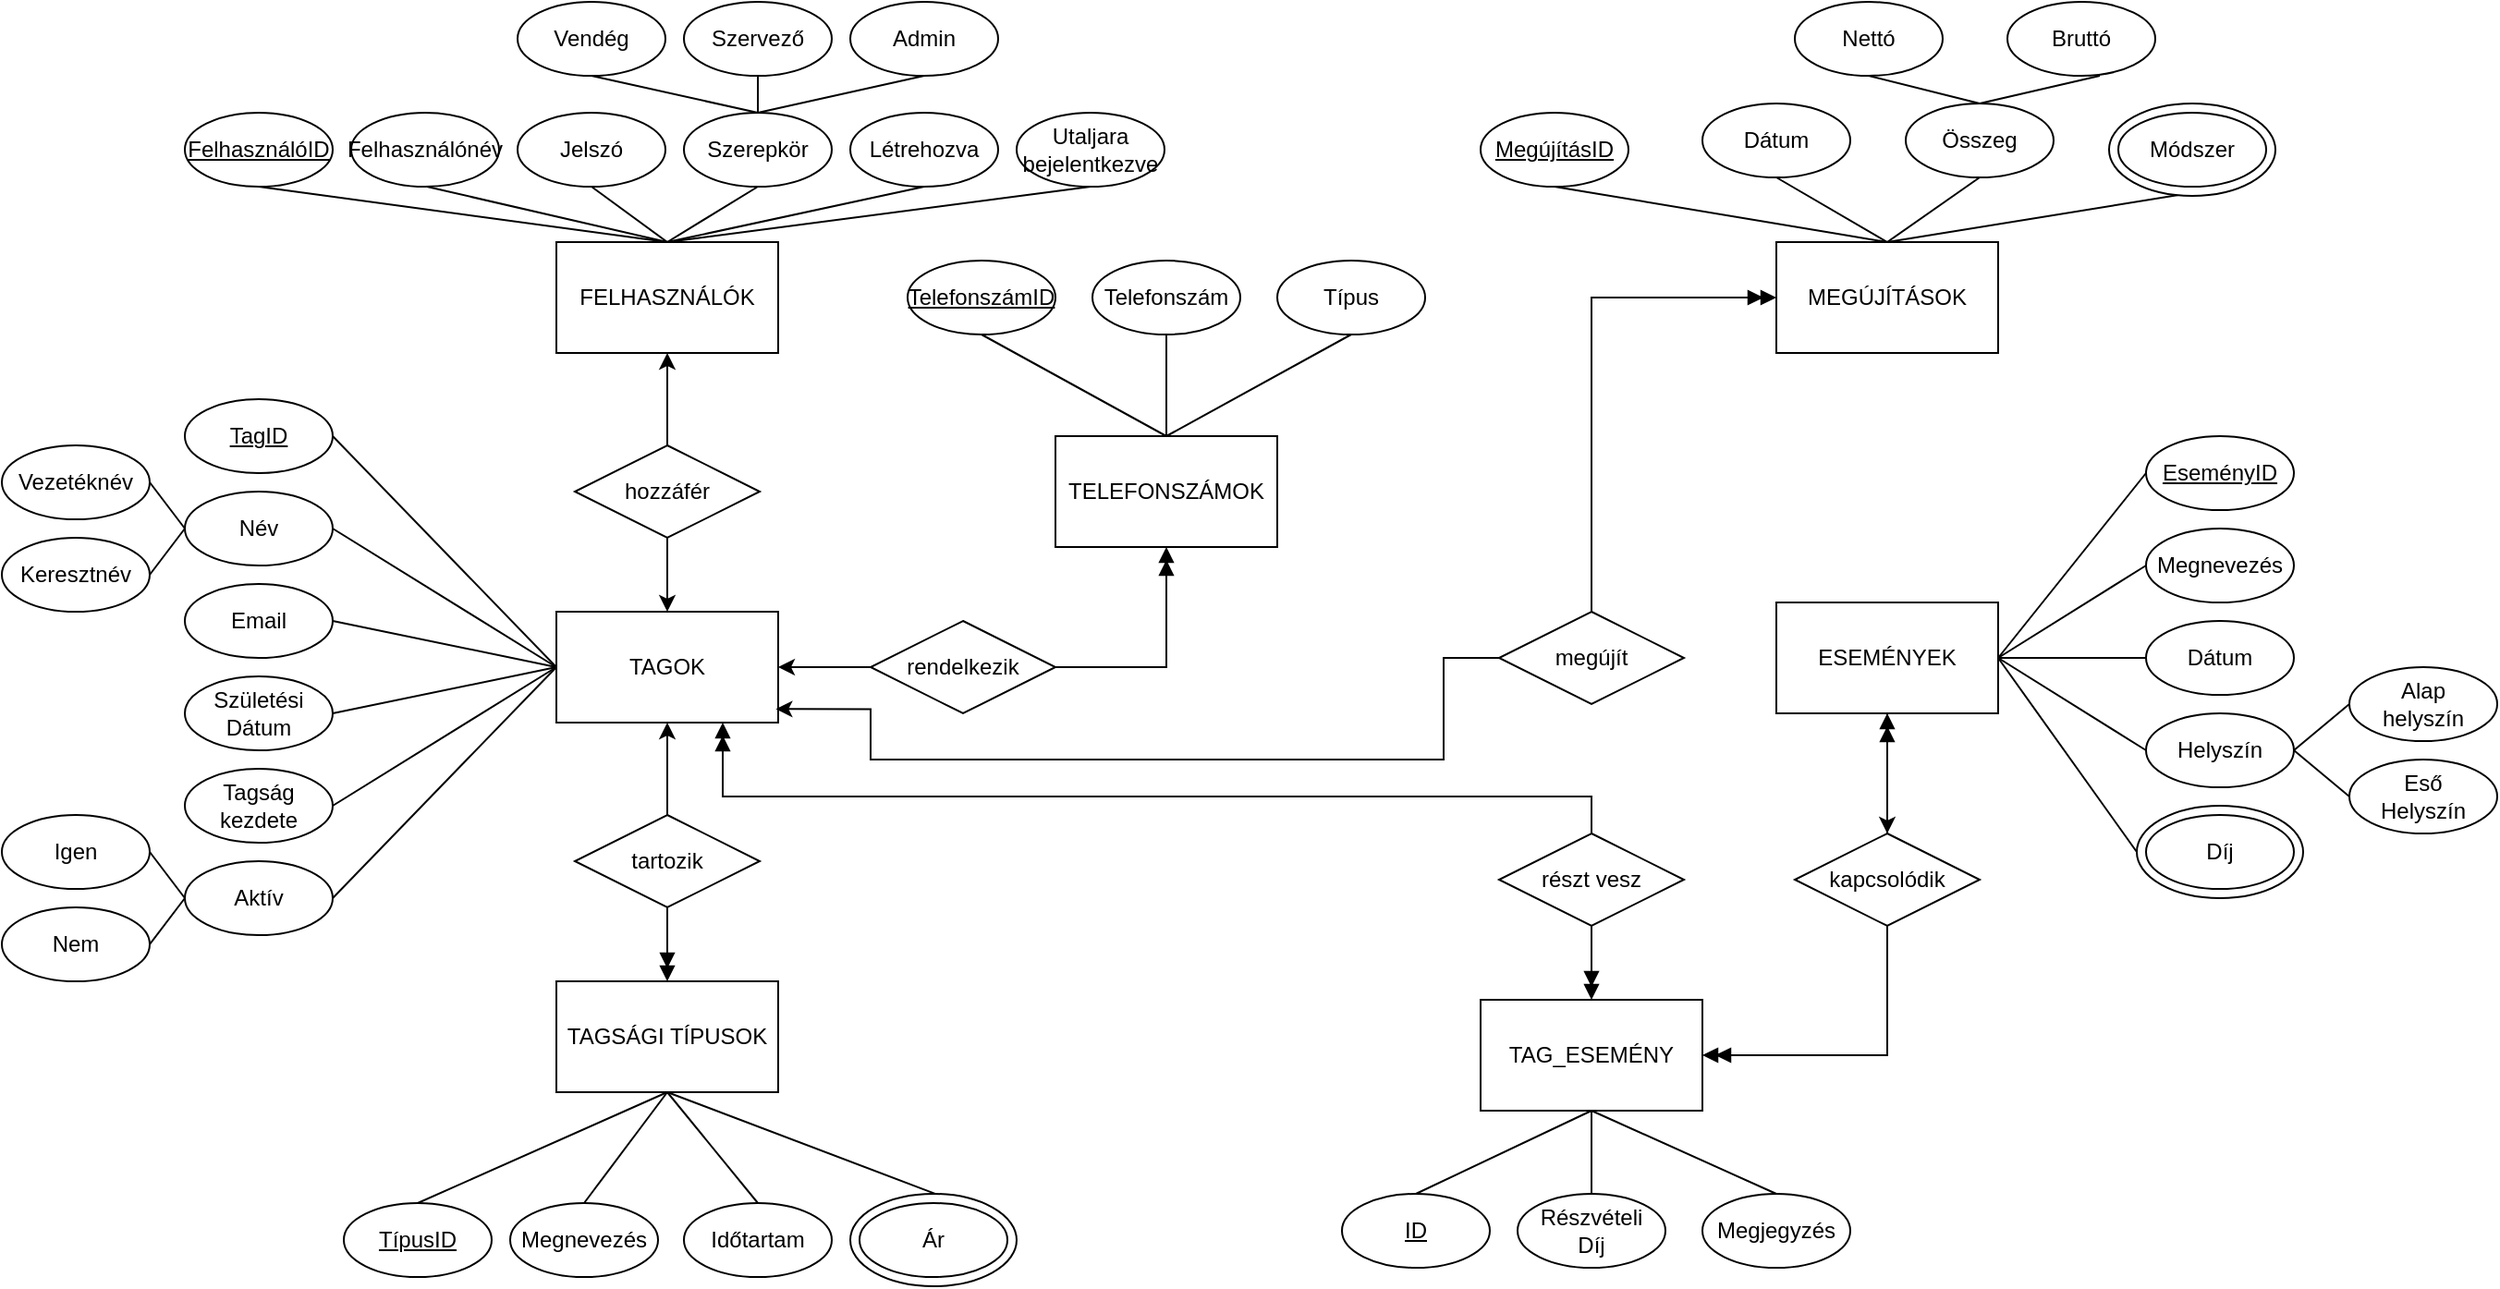
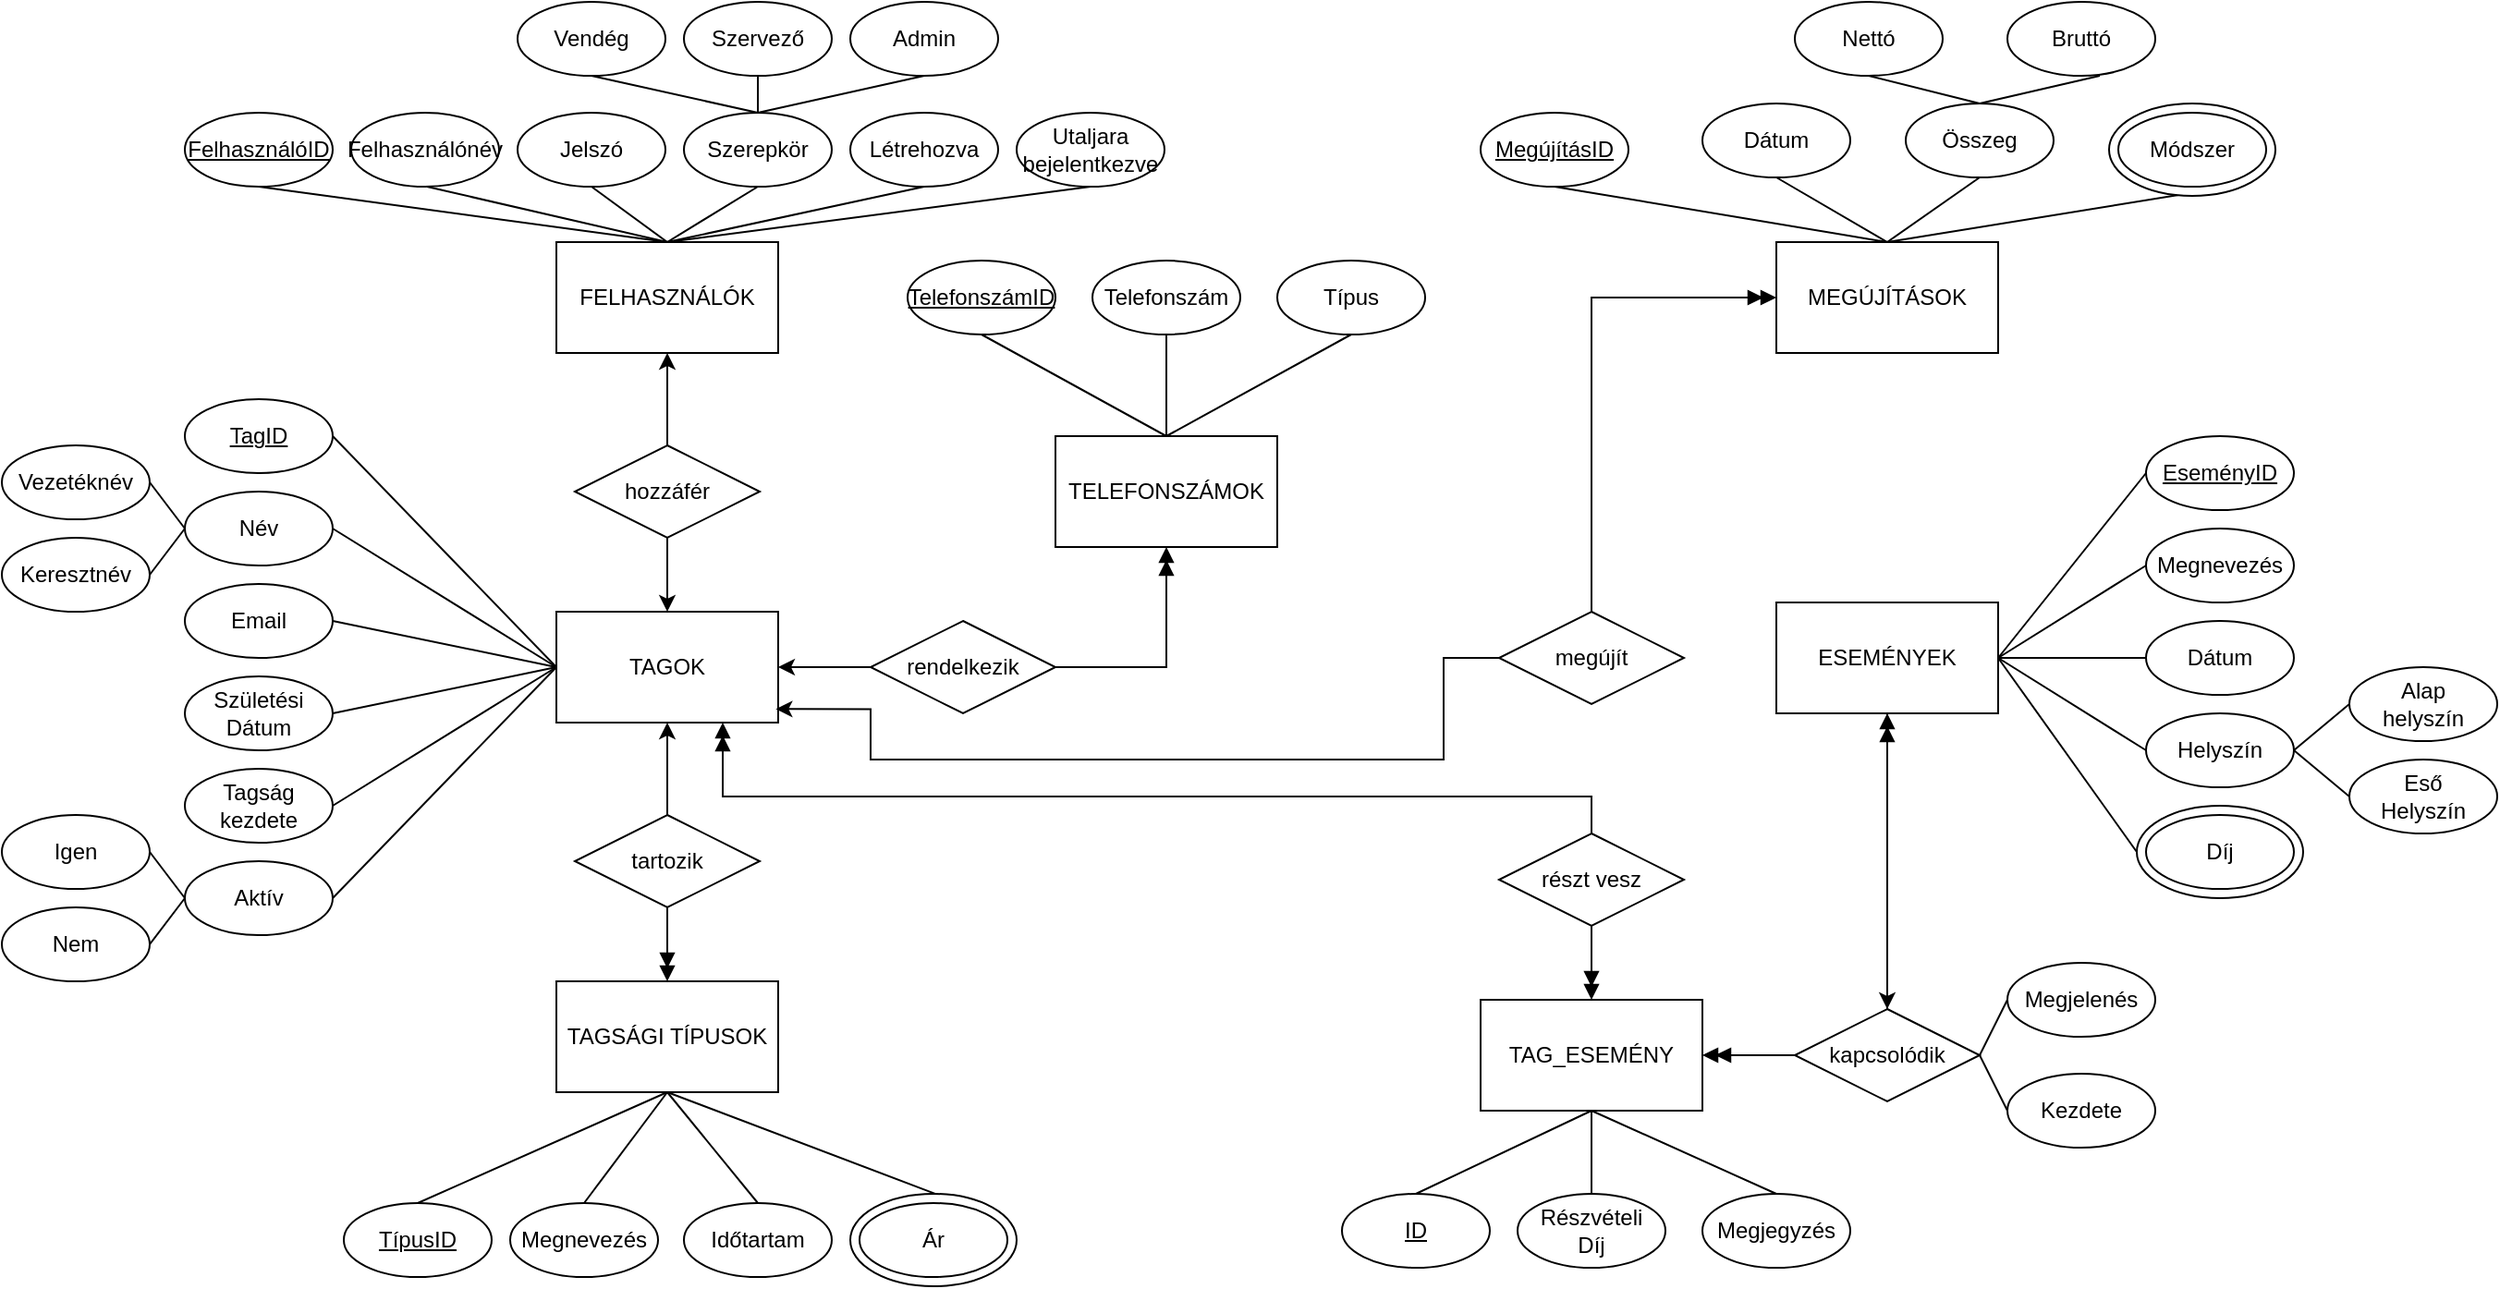
- <mxfile host="Electron">
+ <mxfile host="app.diagrams.net">
  <diagram name="Oldal-1" id="60hQNS1ykcrC9ja6B77l">
-     <mxGraphModel dx="2357" dy="2571" grid="1" gridSize="10" guides="1" tooltips="1" connect="1" arrows="1" fold="1" page="1" pageScale="1" pageWidth="827" pageHeight="1169" math="0" shadow="0">
+     <mxGraphModel dx="1407" dy="1953" grid="1" gridSize="10" guides="1" tooltips="1" connect="1" arrows="1" fold="1" page="1" pageScale="1" pageWidth="827" pageHeight="1169" math="0" shadow="0">
      <root>
        <mxCell id="0" />
        <mxCell id="1" parent="0" />
        <mxCell id="Dy8noWccMdwTiWNY27av-1" parent="1" style="rounded=0;whiteSpace=wrap;html=1;" value="TAGOK" vertex="1">
          <mxGeometry height="60" width="120" x="350" y="310" as="geometry" />
        </mxCell>
        <mxCell id="Dy8noWccMdwTiWNY27av-2" parent="1" style="rounded=0;whiteSpace=wrap;html=1;" value="FELHASZNÁLÓK" vertex="1">
          <mxGeometry height="60" width="120" x="350" y="110" as="geometry" />
        </mxCell>
        <mxCell id="Dy8noWccMdwTiWNY27av-3" parent="1" style="rounded=0;whiteSpace=wrap;html=1;" value="TAGSÁGI TÍPUSOK" vertex="1">
          <mxGeometry height="60" width="120" x="350" y="510" as="geometry" />
        </mxCell>
        <mxCell id="Dy8noWccMdwTiWNY27av-112" edge="1" parent="1" source="Dy8noWccMdwTiWNY27av-4" style="edgeStyle=orthogonalEdgeStyle;rounded=0;orthogonalLoop=1;jettySize=auto;html=1;exitX=0.5;exitY=1;exitDx=0;exitDy=0;entryX=0.5;entryY=0;entryDx=0;entryDy=0;" target="Dy8noWccMdwTiWNY27av-1">
          <mxGeometry relative="1" as="geometry" />
        </mxCell>
        <mxCell id="Dy8noWccMdwTiWNY27av-113" edge="1" parent="1" source="Dy8noWccMdwTiWNY27av-4" style="edgeStyle=orthogonalEdgeStyle;rounded=0;orthogonalLoop=1;jettySize=auto;html=1;exitX=0.5;exitY=0;exitDx=0;exitDy=0;entryX=0.5;entryY=1;entryDx=0;entryDy=0;" target="Dy8noWccMdwTiWNY27av-2">
          <mxGeometry relative="1" as="geometry" />
        </mxCell>
        <mxCell id="Dy8noWccMdwTiWNY27av-4" parent="1" style="rhombus;whiteSpace=wrap;html=1;" value="hozzáfér" vertex="1">
          <mxGeometry height="50" width="100" x="360" y="220" as="geometry" />
        </mxCell>
        <mxCell id="Dy8noWccMdwTiWNY27av-114" edge="1" parent="1" source="Dy8noWccMdwTiWNY27av-5" style="edgeStyle=orthogonalEdgeStyle;rounded=0;orthogonalLoop=1;jettySize=auto;html=1;exitX=0.5;exitY=0;exitDx=0;exitDy=0;entryX=0.5;entryY=1;entryDx=0;entryDy=0;" target="Dy8noWccMdwTiWNY27av-1">
          <mxGeometry relative="1" as="geometry" />
        </mxCell>
        <mxCell id="Dy8noWccMdwTiWNY27av-115" edge="1" parent="1" source="Dy8noWccMdwTiWNY27av-5" style="edgeStyle=orthogonalEdgeStyle;rounded=0;orthogonalLoop=1;jettySize=auto;html=1;exitX=0.5;exitY=1;exitDx=0;exitDy=0;entryX=0.5;entryY=0;entryDx=0;entryDy=0;endArrow=doubleBlock;endFill=1;" target="Dy8noWccMdwTiWNY27av-3">
          <mxGeometry relative="1" as="geometry" />
        </mxCell>
        <mxCell id="Dy8noWccMdwTiWNY27av-5" parent="1" style="rhombus;whiteSpace=wrap;html=1;" value="tartozik" vertex="1">
          <mxGeometry height="50" width="100" x="360" y="420" as="geometry" />
        </mxCell>
        <mxCell id="Dy8noWccMdwTiWNY27av-6" parent="1" style="rounded=0;whiteSpace=wrap;html=1;" value="TELEFONSZÁMOK" vertex="1">
          <mxGeometry height="60" width="120" x="620" y="215" as="geometry" />
        </mxCell>
        <mxCell id="Dy8noWccMdwTiWNY27av-109" edge="1" parent="1" source="Dy8noWccMdwTiWNY27av-7" style="edgeStyle=orthogonalEdgeStyle;rounded=0;orthogonalLoop=1;jettySize=auto;html=1;exitX=0;exitY=0.5;exitDx=0;exitDy=0;entryX=1;entryY=0.5;entryDx=0;entryDy=0;" target="Dy8noWccMdwTiWNY27av-1">
          <mxGeometry relative="1" as="geometry" />
        </mxCell>
        <mxCell id="Dy8noWccMdwTiWNY27av-110" edge="1" parent="1" source="Dy8noWccMdwTiWNY27av-7" style="edgeStyle=orthogonalEdgeStyle;rounded=0;orthogonalLoop=1;jettySize=auto;html=1;exitX=1;exitY=0.5;exitDx=0;exitDy=0;entryX=0.5;entryY=1;entryDx=0;entryDy=0;endArrow=doubleBlock;endFill=1;" target="Dy8noWccMdwTiWNY27av-6">
          <mxGeometry relative="1" as="geometry" />
        </mxCell>
        <mxCell id="Dy8noWccMdwTiWNY27av-7" parent="1" style="rhombus;whiteSpace=wrap;html=1;" value="rendelkezik" vertex="1">
          <mxGeometry height="50" width="100" x="520" y="315" as="geometry" />
        </mxCell>
        <mxCell id="Dy8noWccMdwTiWNY27av-9" parent="1" style="ellipse;whiteSpace=wrap;html=1;" value="&lt;u&gt;FelhasználóID&lt;/u&gt;" vertex="1">
          <mxGeometry height="40" width="80" x="149" y="40" as="geometry" />
        </mxCell>
        <mxCell id="Dy8noWccMdwTiWNY27av-10" parent="1" style="ellipse;whiteSpace=wrap;html=1;" value="Felhasználónév" vertex="1">
          <mxGeometry height="40" width="80" x="239" y="40" as="geometry" />
        </mxCell>
        <mxCell id="Dy8noWccMdwTiWNY27av-11" parent="1" style="ellipse;whiteSpace=wrap;html=1;" value="Jelszó" vertex="1">
          <mxGeometry height="40" width="80" x="329" y="40" as="geometry" />
        </mxCell>
        <mxCell id="Dy8noWccMdwTiWNY27av-12" parent="1" style="ellipse;whiteSpace=wrap;html=1;" value="Szerepkör" vertex="1">
          <mxGeometry height="40" width="80" x="419" y="40" as="geometry" />
        </mxCell>
        <mxCell id="Dy8noWccMdwTiWNY27av-13" parent="1" style="ellipse;whiteSpace=wrap;html=1;" value="Létrehozva" vertex="1">
          <mxGeometry height="40" width="80" x="509" y="40" as="geometry" />
        </mxCell>
        <mxCell id="Dy8noWccMdwTiWNY27av-14" parent="1" style="ellipse;whiteSpace=wrap;html=1;" value="Utaljara&lt;br&gt;bejelentkezve" vertex="1">
          <mxGeometry height="40" width="80" x="599" y="40" as="geometry" />
        </mxCell>
        <mxCell id="Dy8noWccMdwTiWNY27av-15" edge="1" parent="1" source="Dy8noWccMdwTiWNY27av-2" style="endArrow=none;html=1;rounded=0;entryX=0.5;entryY=1;entryDx=0;entryDy=0;exitX=0.5;exitY=0;exitDx=0;exitDy=0;" target="Dy8noWccMdwTiWNY27av-9" value="">
          <mxGeometry height="50" relative="1" width="50" as="geometry">
            <mxPoint x="290" y="170" as="sourcePoint" />
            <mxPoint x="340" y="120" as="targetPoint" />
          </mxGeometry>
        </mxCell>
        <mxCell id="Dy8noWccMdwTiWNY27av-16" edge="1" parent="1" source="Dy8noWccMdwTiWNY27av-2" style="endArrow=none;html=1;rounded=0;exitX=0.5;exitY=0;exitDx=0;exitDy=0;" value="">
          <mxGeometry height="50" relative="1" width="50" as="geometry">
            <mxPoint x="499" y="110" as="sourcePoint" />
            <mxPoint x="280" y="80" as="targetPoint" />
          </mxGeometry>
        </mxCell>
        <mxCell id="Dy8noWccMdwTiWNY27av-17" edge="1" parent="1" source="Dy8noWccMdwTiWNY27av-2" style="endArrow=none;html=1;rounded=0;entryX=0.5;entryY=1;entryDx=0;entryDy=0;exitX=0.5;exitY=0;exitDx=0;exitDy=0;" target="Dy8noWccMdwTiWNY27av-11" value="">
          <mxGeometry height="50" relative="1" width="50" as="geometry">
            <mxPoint x="240" y="230" as="sourcePoint" />
            <mxPoint x="290" y="180" as="targetPoint" />
          </mxGeometry>
        </mxCell>
        <mxCell id="Dy8noWccMdwTiWNY27av-18" edge="1" parent="1" source="Dy8noWccMdwTiWNY27av-2" style="endArrow=none;html=1;rounded=0;entryX=0.5;entryY=1;entryDx=0;entryDy=0;exitX=0.5;exitY=0;exitDx=0;exitDy=0;" target="Dy8noWccMdwTiWNY27av-12" value="">
          <mxGeometry height="50" relative="1" width="50" as="geometry">
            <mxPoint x="530" y="270" as="sourcePoint" />
            <mxPoint x="580" y="220" as="targetPoint" />
          </mxGeometry>
        </mxCell>
        <mxCell id="Dy8noWccMdwTiWNY27av-19" edge="1" parent="1" source="Dy8noWccMdwTiWNY27av-2" style="endArrow=none;html=1;rounded=0;entryX=0.5;entryY=1;entryDx=0;entryDy=0;exitX=0.5;exitY=0;exitDx=0;exitDy=0;" target="Dy8noWccMdwTiWNY27av-13" value="">
          <mxGeometry height="50" relative="1" width="50" as="geometry">
            <mxPoint x="450" y="150" as="sourcePoint" />
            <mxPoint x="499" y="120" as="targetPoint" />
          </mxGeometry>
        </mxCell>
        <mxCell id="Dy8noWccMdwTiWNY27av-20" edge="1" parent="1" source="Dy8noWccMdwTiWNY27av-2" style="endArrow=none;html=1;rounded=0;entryX=0.5;entryY=1;entryDx=0;entryDy=0;exitX=0.5;exitY=0;exitDx=0;exitDy=0;" target="Dy8noWccMdwTiWNY27av-14" value="">
          <mxGeometry height="50" relative="1" width="50" as="geometry">
            <mxPoint x="520" y="130" as="sourcePoint" />
            <mxPoint x="659" y="100" as="targetPoint" />
          </mxGeometry>
        </mxCell>
        <mxCell id="Dy8noWccMdwTiWNY27av-27" parent="1" style="ellipse;whiteSpace=wrap;html=1;" value="&lt;u&gt;TagID&lt;/u&gt;" vertex="1">
          <mxGeometry height="40" width="80" x="149" y="195" as="geometry" />
        </mxCell>
        <mxCell id="Dy8noWccMdwTiWNY27av-28" parent="1" style="ellipse;whiteSpace=wrap;html=1;" value="Név" vertex="1">
          <mxGeometry height="40" width="80" x="149" y="245" as="geometry" />
        </mxCell>
        <mxCell id="Dy8noWccMdwTiWNY27av-29" parent="1" style="ellipse;whiteSpace=wrap;html=1;" value="Email" vertex="1">
          <mxGeometry height="40" width="80" x="149" y="295" as="geometry" />
        </mxCell>
        <mxCell id="Dy8noWccMdwTiWNY27av-31" parent="1" style="ellipse;whiteSpace=wrap;html=1;" value="Születési&lt;br&gt;Dátum" vertex="1">
          <mxGeometry height="40" width="80" x="149" y="345" as="geometry" />
        </mxCell>
        <mxCell id="Dy8noWccMdwTiWNY27av-32" parent="1" style="ellipse;whiteSpace=wrap;html=1;" value="Tagság&lt;br&gt;kezdete" vertex="1">
          <mxGeometry height="40" width="80" x="149" y="395" as="geometry" />
        </mxCell>
        <mxCell id="Dy8noWccMdwTiWNY27av-33" parent="1" style="ellipse;whiteSpace=wrap;html=1;" value="Aktív" vertex="1">
          <mxGeometry height="40" width="80" x="149" y="445" as="geometry" />
        </mxCell>
        <mxCell id="Dy8noWccMdwTiWNY27av-34" edge="1" parent="1" source="Dy8noWccMdwTiWNY27av-27" style="endArrow=none;html=1;rounded=0;exitX=1;exitY=0.5;exitDx=0;exitDy=0;entryX=0;entryY=0.5;entryDx=0;entryDy=0;" target="Dy8noWccMdwTiWNY27av-1" value="">
          <mxGeometry height="50" relative="1" width="50" as="geometry">
            <mxPoint x="530" y="370" as="sourcePoint" />
            <mxPoint x="580" y="320" as="targetPoint" />
          </mxGeometry>
        </mxCell>
        <mxCell id="Dy8noWccMdwTiWNY27av-35" edge="1" parent="1" source="Dy8noWccMdwTiWNY27av-28" style="endArrow=none;html=1;rounded=0;exitX=1;exitY=0.5;exitDx=0;exitDy=0;entryX=0;entryY=0.5;entryDx=0;entryDy=0;" target="Dy8noWccMdwTiWNY27av-1" value="">
          <mxGeometry height="50" relative="1" width="50" as="geometry">
            <mxPoint x="530" y="370" as="sourcePoint" />
            <mxPoint x="580" y="320" as="targetPoint" />
          </mxGeometry>
        </mxCell>
        <mxCell id="Dy8noWccMdwTiWNY27av-36" edge="1" parent="1" source="Dy8noWccMdwTiWNY27av-29" style="endArrow=none;html=1;rounded=0;exitX=1;exitY=0.5;exitDx=0;exitDy=0;entryX=0;entryY=0.5;entryDx=0;entryDy=0;" target="Dy8noWccMdwTiWNY27av-1" value="">
          <mxGeometry height="50" relative="1" width="50" as="geometry">
            <mxPoint x="290" y="350" as="sourcePoint" />
            <mxPoint x="411" y="425" as="targetPoint" />
          </mxGeometry>
        </mxCell>
        <mxCell id="Dy8noWccMdwTiWNY27av-37" edge="1" parent="1" source="Dy8noWccMdwTiWNY27av-31" style="endArrow=none;html=1;rounded=0;exitX=1;exitY=0.5;exitDx=0;exitDy=0;entryX=0;entryY=0.5;entryDx=0;entryDy=0;" target="Dy8noWccMdwTiWNY27av-1" value="">
          <mxGeometry height="50" relative="1" width="50" as="geometry">
            <mxPoint x="280" y="410" as="sourcePoint" />
            <mxPoint x="401" y="435" as="targetPoint" />
          </mxGeometry>
        </mxCell>
        <mxCell id="Dy8noWccMdwTiWNY27av-38" edge="1" parent="1" source="Dy8noWccMdwTiWNY27av-32" style="endArrow=none;html=1;rounded=0;exitX=1;exitY=0.5;exitDx=0;exitDy=0;entryX=0;entryY=0.5;entryDx=0;entryDy=0;" target="Dy8noWccMdwTiWNY27av-1" value="">
          <mxGeometry height="50" relative="1" width="50" as="geometry">
            <mxPoint x="260" y="395" as="sourcePoint" />
            <mxPoint x="381" y="370" as="targetPoint" />
          </mxGeometry>
        </mxCell>
        <mxCell id="Dy8noWccMdwTiWNY27av-39" edge="1" parent="1" source="Dy8noWccMdwTiWNY27av-33" style="endArrow=none;html=1;rounded=0;exitX=1;exitY=0.5;exitDx=0;exitDy=0;entryX=0;entryY=0.5;entryDx=0;entryDy=0;" target="Dy8noWccMdwTiWNY27av-1" value="">
          <mxGeometry height="50" relative="1" width="50" as="geometry">
            <mxPoint x="260" y="455" as="sourcePoint" />
            <mxPoint x="381" y="430" as="targetPoint" />
          </mxGeometry>
        </mxCell>
        <mxCell id="Dy8noWccMdwTiWNY27av-40" parent="1" style="ellipse;whiteSpace=wrap;html=1;" value="&lt;u&gt;TípusID&lt;/u&gt;" vertex="1">
          <mxGeometry height="40" width="80" x="235" y="630" as="geometry" />
        </mxCell>
        <mxCell id="Dy8noWccMdwTiWNY27av-41" parent="1" style="ellipse;whiteSpace=wrap;html=1;" value="Megnevezés" vertex="1">
          <mxGeometry height="40" width="80" x="325" y="630" as="geometry" />
        </mxCell>
        <mxCell id="Dy8noWccMdwTiWNY27av-43" parent="1" style="ellipse;whiteSpace=wrap;html=1;" value="Időtartam" vertex="1">
          <mxGeometry height="40" width="80" x="419" y="630" as="geometry" />
        </mxCell>
        <mxCell id="Dy8noWccMdwTiWNY27av-44" edge="1" parent="1" source="Dy8noWccMdwTiWNY27av-40" style="endArrow=none;html=1;rounded=0;entryX=0.5;entryY=1;entryDx=0;entryDy=0;exitX=0.5;exitY=0;exitDx=0;exitDy=0;" target="Dy8noWccMdwTiWNY27av-3" value="">
          <mxGeometry height="50" relative="1" width="50" as="geometry">
            <mxPoint x="520" y="350" as="sourcePoint" />
            <mxPoint x="570" y="300" as="targetPoint" />
          </mxGeometry>
        </mxCell>
        <mxCell id="Dy8noWccMdwTiWNY27av-45" edge="1" parent="1" source="Dy8noWccMdwTiWNY27av-41" style="endArrow=none;html=1;rounded=0;entryX=0.5;entryY=1;entryDx=0;entryDy=0;exitX=0.5;exitY=0;exitDx=0;exitDy=0;" target="Dy8noWccMdwTiWNY27av-3" value="">
          <mxGeometry height="50" relative="1" width="50" as="geometry">
            <mxPoint x="410" y="650" as="sourcePoint" />
            <mxPoint x="545" y="610" as="targetPoint" />
          </mxGeometry>
        </mxCell>
        <mxCell id="Dy8noWccMdwTiWNY27av-46" edge="1" parent="1" source="Dy8noWccMdwTiWNY27av-140" style="endArrow=none;html=1;rounded=0;entryX=0.5;entryY=1;entryDx=0;entryDy=0;exitX=0.528;exitY=0.011;exitDx=0;exitDy=0;exitPerimeter=0;" target="Dy8noWccMdwTiWNY27av-3" value="">
          <mxGeometry height="50" relative="1" width="50" as="geometry">
            <mxPoint x="560" y="620" as="sourcePoint" />
            <mxPoint x="455" y="590" as="targetPoint" />
          </mxGeometry>
        </mxCell>
        <mxCell id="Dy8noWccMdwTiWNY27av-47" edge="1" parent="1" source="Dy8noWccMdwTiWNY27av-43" style="endArrow=none;html=1;rounded=0;entryX=0.5;entryY=1;entryDx=0;entryDy=0;exitX=0.5;exitY=0;exitDx=0;exitDy=0;" target="Dy8noWccMdwTiWNY27av-3" value="">
          <mxGeometry height="50" relative="1" width="50" as="geometry">
            <mxPoint x="535" y="630" as="sourcePoint" />
            <mxPoint x="490" y="590" as="targetPoint" />
          </mxGeometry>
        </mxCell>
        <mxCell id="Dy8noWccMdwTiWNY27av-48" parent="1" style="ellipse;whiteSpace=wrap;html=1;" value="&lt;u&gt;TelefonszámID&lt;/u&gt;" vertex="1">
          <mxGeometry height="40" width="80" x="540" y="120" as="geometry" />
        </mxCell>
        <mxCell id="Dy8noWccMdwTiWNY27av-50" parent="1" style="ellipse;whiteSpace=wrap;html=1;" value="Telefonszám" vertex="1">
          <mxGeometry height="40" width="80" x="640" y="120" as="geometry" />
        </mxCell>
        <mxCell id="Dy8noWccMdwTiWNY27av-51" parent="1" style="ellipse;whiteSpace=wrap;html=1;" value="Típus" vertex="1">
          <mxGeometry height="40" width="80" x="740" y="120" as="geometry" />
        </mxCell>
        <mxCell id="Dy8noWccMdwTiWNY27av-52" edge="1" parent="1" source="Dy8noWccMdwTiWNY27av-6" style="endArrow=none;html=1;rounded=0;entryX=0.5;entryY=1;entryDx=0;entryDy=0;exitX=0.5;exitY=0;exitDx=0;exitDy=0;" target="Dy8noWccMdwTiWNY27av-48" value="">
          <mxGeometry height="50" relative="1" width="50" as="geometry">
            <mxPoint x="520" y="350" as="sourcePoint" />
            <mxPoint x="570" y="300" as="targetPoint" />
          </mxGeometry>
        </mxCell>
        <mxCell id="Dy8noWccMdwTiWNY27av-59" edge="1" parent="1" source="Dy8noWccMdwTiWNY27av-6" style="endArrow=none;html=1;rounded=0;entryX=0.5;entryY=1;entryDx=0;entryDy=0;exitX=0.5;exitY=0;exitDx=0;exitDy=0;" target="Dy8noWccMdwTiWNY27av-50" value="">
          <mxGeometry height="50" relative="1" width="50" as="geometry">
            <mxPoint x="725" y="235" as="sourcePoint" />
            <mxPoint x="680" y="190" as="targetPoint" />
          </mxGeometry>
        </mxCell>
        <mxCell id="Dy8noWccMdwTiWNY27av-60" edge="1" parent="1" source="Dy8noWccMdwTiWNY27av-6" style="endArrow=none;html=1;rounded=0;entryX=0.5;entryY=1;entryDx=0;entryDy=0;exitX=0.5;exitY=0;exitDx=0;exitDy=0;" target="Dy8noWccMdwTiWNY27av-51" value="">
          <mxGeometry height="50" relative="1" width="50" as="geometry">
            <mxPoint x="730" y="265" as="sourcePoint" />
            <mxPoint x="775" y="220" as="targetPoint" />
          </mxGeometry>
        </mxCell>
        <mxCell id="Dy8noWccMdwTiWNY27av-127" edge="1" parent="1" source="Dy8noWccMdwTiWNY27av-63" style="edgeStyle=orthogonalEdgeStyle;rounded=0;orthogonalLoop=1;jettySize=auto;html=1;exitX=0;exitY=0.5;exitDx=0;exitDy=0;entryX=0.989;entryY=0.878;entryDx=0;entryDy=0;entryPerimeter=0;" target="Dy8noWccMdwTiWNY27av-1">
          <mxGeometry relative="1" as="geometry">
            <Array as="points">
              <mxPoint x="830" y="335" />
              <mxPoint x="830" y="390" />
              <mxPoint x="520" y="390" />
              <mxPoint x="520" y="363" />
            </Array>
          </mxGeometry>
        </mxCell>
        <mxCell id="Dy8noWccMdwTiWNY27av-128" edge="1" parent="1" source="Dy8noWccMdwTiWNY27av-63" style="edgeStyle=orthogonalEdgeStyle;rounded=0;orthogonalLoop=1;jettySize=auto;html=1;exitX=0.5;exitY=0;exitDx=0;exitDy=0;entryX=0;entryY=0.5;entryDx=0;entryDy=0;endArrow=doubleBlock;endFill=1;" target="Dy8noWccMdwTiWNY27av-64">
          <mxGeometry relative="1" as="geometry" />
        </mxCell>
        <mxCell id="Dy8noWccMdwTiWNY27av-63" parent="1" style="rhombus;whiteSpace=wrap;html=1;" value="megújít" vertex="1">
          <mxGeometry height="50" width="100" x="860" y="310" as="geometry" />
        </mxCell>
        <mxCell id="Dy8noWccMdwTiWNY27av-64" parent="1" style="rounded=0;whiteSpace=wrap;html=1;" value="MEGÚJÍTÁSOK" vertex="1">
          <mxGeometry height="60" width="120" x="1010" y="110" as="geometry" />
        </mxCell>
        <mxCell id="Dy8noWccMdwTiWNY27av-68" parent="1" style="ellipse;whiteSpace=wrap;html=1;" value="&lt;u&gt;MegújításID&lt;/u&gt;" vertex="1">
          <mxGeometry height="40" width="80" x="850" y="40" as="geometry" />
        </mxCell>
        <mxCell id="Dy8noWccMdwTiWNY27av-70" parent="1" style="ellipse;whiteSpace=wrap;html=1;" value="Dátum" vertex="1">
          <mxGeometry height="40" width="80" x="970" y="35" as="geometry" />
        </mxCell>
        <mxCell id="Dy8noWccMdwTiWNY27av-71" parent="1" style="ellipse;whiteSpace=wrap;html=1;" value="Összeg" vertex="1">
          <mxGeometry height="40" width="80" x="1080" y="35" as="geometry" />
        </mxCell>
        <mxCell id="Dy8noWccMdwTiWNY27av-73" edge="1" parent="1" source="Dy8noWccMdwTiWNY27av-64" style="endArrow=none;html=1;rounded=0;entryX=0.5;entryY=1;entryDx=0;entryDy=0;exitX=0.5;exitY=0;exitDx=0;exitDy=0;" target="Dy8noWccMdwTiWNY27av-68" value="">
          <mxGeometry height="50" relative="1" width="50" as="geometry">
            <mxPoint x="890" y="160" as="sourcePoint" />
            <mxPoint x="940" y="110" as="targetPoint" />
          </mxGeometry>
        </mxCell>
        <mxCell id="Dy8noWccMdwTiWNY27av-74" edge="1" parent="1" source="Dy8noWccMdwTiWNY27av-64" style="endArrow=none;html=1;rounded=0;exitX=0.5;exitY=0;exitDx=0;exitDy=0;entryX=0.538;entryY=0.955;entryDx=0;entryDy=0;entryPerimeter=0;" target="Dy8noWccMdwTiWNY27av-157" value="">
          <mxGeometry height="50" relative="1" width="50" as="geometry">
            <mxPoint x="1170" y="210" as="sourcePoint" />
            <mxPoint x="1260" y="90" as="targetPoint" />
          </mxGeometry>
        </mxCell>
        <mxCell id="Dy8noWccMdwTiWNY27av-76" edge="1" parent="1" source="Dy8noWccMdwTiWNY27av-64" style="endArrow=none;html=1;rounded=0;entryX=0.5;entryY=1;entryDx=0;entryDy=0;exitX=0.5;exitY=0;exitDx=0;exitDy=0;" target="Dy8noWccMdwTiWNY27av-71" value="">
          <mxGeometry height="50" relative="1" width="50" as="geometry">
            <mxPoint x="1170" y="180" as="sourcePoint" />
            <mxPoint x="1220" y="130" as="targetPoint" />
          </mxGeometry>
        </mxCell>
        <mxCell id="Dy8noWccMdwTiWNY27av-77" edge="1" parent="1" source="Dy8noWccMdwTiWNY27av-64" style="endArrow=none;html=1;rounded=0;entryX=0.5;entryY=1;entryDx=0;entryDy=0;exitX=0.5;exitY=0;exitDx=0;exitDy=0;" target="Dy8noWccMdwTiWNY27av-70" value="">
          <mxGeometry height="50" relative="1" width="50" as="geometry">
            <mxPoint x="1190" y="250" as="sourcePoint" />
            <mxPoint x="1240" y="200" as="targetPoint" />
          </mxGeometry>
        </mxCell>
        <mxCell id="Dy8noWccMdwTiWNY27av-78" parent="1" style="rhombus;whiteSpace=wrap;html=1;" value="részt vesz" vertex="1">
          <mxGeometry height="50" width="100" x="860" y="430" as="geometry" />
        </mxCell>
        <mxCell id="Y6WMDmT6Oo7TbRzhafoF-1" edge="1" parent="1" source="Dy8noWccMdwTiWNY27av-80" style="edgeStyle=orthogonalEdgeStyle;rounded=0;orthogonalLoop=1;jettySize=auto;html=1;" target="Dy8noWccMdwTiWNY27av-81" value="">
          <mxGeometry relative="1" as="geometry" />
        </mxCell>
        <mxCell id="Dy8noWccMdwTiWNY27av-80" parent="1" style="rounded=0;whiteSpace=wrap;html=1;" value="ESEMÉNYEK" vertex="1">
          <mxGeometry height="60" width="120" x="1010" y="305" as="geometry" />
        </mxCell>
        <mxCell id="Dy8noWccMdwTiWNY27av-81" parent="1" style="rhombus;whiteSpace=wrap;html=1;" value="kapcsolódik" vertex="1">
-           <mxGeometry height="50" width="100" x="1020" y="430" as="geometry" />
+           <mxGeometry height="50" width="100" x="1020" y="525" as="geometry" />
        </mxCell>
        <mxCell id="Dy8noWccMdwTiWNY27av-82" parent="1" style="rounded=0;whiteSpace=wrap;html=1;" value="TAG_ESEMÉNY" vertex="1">
          <mxGeometry height="60" width="120" x="850" y="520" as="geometry" />
        </mxCell>
        <mxCell id="Dy8noWccMdwTiWNY27av-86" parent="1" style="ellipse;whiteSpace=wrap;html=1;" value="&lt;u&gt;ID&lt;/u&gt;" vertex="1">
          <mxGeometry height="40" width="80" x="775" y="625" as="geometry" />
        </mxCell>
        <mxCell id="Dy8noWccMdwTiWNY27av-89" parent="1" style="ellipse;whiteSpace=wrap;html=1;" value="Részvételi&lt;br&gt;Díj" vertex="1">
          <mxGeometry height="40" width="80" x="870" y="625" as="geometry" />
        </mxCell>
        <mxCell id="Dy8noWccMdwTiWNY27av-90" parent="1" style="ellipse;whiteSpace=wrap;html=1;" value="Megjegyzés" vertex="1">
          <mxGeometry height="40" width="80" x="970" y="625" as="geometry" />
        </mxCell>
        <mxCell id="Dy8noWccMdwTiWNY27av-91" edge="1" parent="1" source="Dy8noWccMdwTiWNY27av-86" style="endArrow=none;html=1;rounded=0;exitX=0.5;exitY=0;exitDx=0;exitDy=0;entryX=0.5;entryY=1;entryDx=0;entryDy=0;" target="Dy8noWccMdwTiWNY27av-82" value="">
          <mxGeometry height="50" relative="1" width="50" as="geometry">
            <mxPoint x="840" y="620" as="sourcePoint" />
            <mxPoint x="890" y="570" as="targetPoint" />
          </mxGeometry>
        </mxCell>
        <mxCell id="Dy8noWccMdwTiWNY27av-92" edge="1" parent="1" source="Dy8noWccMdwTiWNY27av-82" style="endArrow=none;html=1;rounded=0;exitX=0.5;exitY=1;exitDx=0;exitDy=0;entryX=0.5;entryY=0;entryDx=0;entryDy=0;" target="Dy8noWccMdwTiWNY27av-90" value="">
          <mxGeometry height="50" relative="1" width="50" as="geometry">
            <mxPoint x="1280" y="590" as="sourcePoint" />
            <mxPoint x="1330" y="540" as="targetPoint" />
          </mxGeometry>
        </mxCell>
        <mxCell id="Dy8noWccMdwTiWNY27av-94" edge="1" parent="1" source="Dy8noWccMdwTiWNY27av-89" style="endArrow=none;html=1;rounded=0;entryX=0.5;entryY=1;entryDx=0;entryDy=0;exitX=0.5;exitY=0;exitDx=0;exitDy=0;" target="Dy8noWccMdwTiWNY27av-82" value="">
          <mxGeometry height="50" relative="1" width="50" as="geometry">
            <mxPoint x="1190" y="740" as="sourcePoint" />
            <mxPoint x="1240" y="690" as="targetPoint" />
          </mxGeometry>
        </mxCell>
        <mxCell id="Dy8noWccMdwTiWNY27av-96" parent="1" style="ellipse;whiteSpace=wrap;html=1;" value="&lt;u&gt;EseményID&lt;/u&gt;" vertex="1">
          <mxGeometry height="40" width="80" x="1210" y="215" as="geometry" />
        </mxCell>
        <mxCell id="Dy8noWccMdwTiWNY27av-97" parent="1" style="ellipse;whiteSpace=wrap;html=1;" value="Megnevezés" vertex="1">
          <mxGeometry height="40" width="80" x="1210" y="265" as="geometry" />
        </mxCell>
        <mxCell id="Dy8noWccMdwTiWNY27av-98" parent="1" style="ellipse;whiteSpace=wrap;html=1;" value="Dátum" vertex="1">
          <mxGeometry height="40" width="80" x="1210" y="315" as="geometry" />
        </mxCell>
        <mxCell id="Dy8noWccMdwTiWNY27av-99" parent="1" style="ellipse;whiteSpace=wrap;html=1;" value="Helyszín" vertex="1">
          <mxGeometry height="40" width="80" x="1210" y="365" as="geometry" />
        </mxCell>
        <mxCell id="Dy8noWccMdwTiWNY27av-101" edge="1" parent="1" source="Dy8noWccMdwTiWNY27av-80" style="endArrow=none;html=1;rounded=0;exitX=1;exitY=0.5;exitDx=0;exitDy=0;entryX=0;entryY=0.5;entryDx=0;entryDy=0;" target="Dy8noWccMdwTiWNY27av-96" value="">
          <mxGeometry height="50" relative="1" width="50" as="geometry">
            <mxPoint x="1119" y="225" as="sourcePoint" />
            <mxPoint x="1169" y="175" as="targetPoint" />
          </mxGeometry>
        </mxCell>
        <mxCell id="Dy8noWccMdwTiWNY27av-102" edge="1" parent="1" source="Dy8noWccMdwTiWNY27av-80" style="endArrow=none;html=1;rounded=0;exitX=1;exitY=0.5;exitDx=0;exitDy=0;entryX=0;entryY=0.5;entryDx=0;entryDy=0;" target="Dy8noWccMdwTiWNY27av-168" value="">
          <mxGeometry height="50" relative="1" width="50" as="geometry">
            <mxPoint x="1219" y="545" as="sourcePoint" />
            <mxPoint x="1210" y="435" as="targetPoint" />
          </mxGeometry>
        </mxCell>
        <mxCell id="Dy8noWccMdwTiWNY27av-103" edge="1" parent="1" source="Dy8noWccMdwTiWNY27av-80" style="endArrow=none;html=1;rounded=0;entryX=0;entryY=0.5;entryDx=0;entryDy=0;exitX=1;exitY=0.5;exitDx=0;exitDy=0;" target="Dy8noWccMdwTiWNY27av-97" value="">
          <mxGeometry height="50" relative="1" width="50" as="geometry">
            <mxPoint x="1259" y="555" as="sourcePoint" />
            <mxPoint x="1309" y="505" as="targetPoint" />
          </mxGeometry>
        </mxCell>
        <mxCell id="Dy8noWccMdwTiWNY27av-104" edge="1" parent="1" source="Dy8noWccMdwTiWNY27av-80" style="endArrow=none;html=1;rounded=0;entryX=0;entryY=0.5;entryDx=0;entryDy=0;exitX=1;exitY=0.5;exitDx=0;exitDy=0;" target="Dy8noWccMdwTiWNY27av-98" value="">
          <mxGeometry height="50" relative="1" width="50" as="geometry">
            <mxPoint x="1319" y="515" as="sourcePoint" />
            <mxPoint x="1369" y="465" as="targetPoint" />
          </mxGeometry>
        </mxCell>
        <mxCell id="Dy8noWccMdwTiWNY27av-105" edge="1" parent="1" source="Dy8noWccMdwTiWNY27av-80" style="endArrow=none;html=1;rounded=0;exitX=1;exitY=0.5;exitDx=0;exitDy=0;entryX=0;entryY=0.5;entryDx=0;entryDy=0;" target="Dy8noWccMdwTiWNY27av-99" value="">
          <mxGeometry height="50" relative="1" width="50" as="geometry">
            <mxPoint x="1339" y="545" as="sourcePoint" />
            <mxPoint x="1389" y="495" as="targetPoint" />
          </mxGeometry>
        </mxCell>
        <mxCell id="Dy8noWccMdwTiWNY27av-132" edge="1" parent="1" source="Dy8noWccMdwTiWNY27av-78" style="endArrow=doubleBlock;html=1;rounded=0;entryX=0.75;entryY=1;entryDx=0;entryDy=0;exitX=0.5;exitY=0;exitDx=0;exitDy=0;endFill=1;" target="Dy8noWccMdwTiWNY27av-1" value="">
          <mxGeometry height="50" relative="1" width="50" as="geometry">
            <Array as="points">
              <mxPoint x="910" y="410" />
              <mxPoint x="440" y="410" />
            </Array>
            <mxPoint x="500" y="480" as="sourcePoint" />
            <mxPoint x="550" y="430" as="targetPoint" />
          </mxGeometry>
        </mxCell>
        <mxCell id="Dy8noWccMdwTiWNY27av-133" edge="1" parent="1" source="Dy8noWccMdwTiWNY27av-78" style="endArrow=doubleBlock;html=1;rounded=0;exitX=0.5;exitY=1;exitDx=0;exitDy=0;entryX=0.5;entryY=0;entryDx=0;entryDy=0;endFill=1;" target="Dy8noWccMdwTiWNY27av-82" value="">
          <mxGeometry height="50" relative="1" width="50" as="geometry">
            <mxPoint x="1010" y="510" as="sourcePoint" />
            <mxPoint x="1060" y="460" as="targetPoint" />
          </mxGeometry>
        </mxCell>
-         <mxCell id="Dy8noWccMdwTiWNY27av-136" edge="1" parent="1" source="Dy8noWccMdwTiWNY27av-81" style="endArrow=doubleBlock;html=1;rounded=0;entryX=1;entryY=0.5;entryDx=0;entryDy=0;exitX=0.5;exitY=1;exitDx=0;exitDy=0;endFill=1;" target="Dy8noWccMdwTiWNY27av-82" value="">
-           <mxGeometry height="50" relative="1" width="50" as="geometry">
-             <Array as="points">
-               <mxPoint x="1070" y="550" />
-             </Array>
+         <mxCell id="Dy8noWccMdwTiWNY27av-136" edge="1" parent="1" source="Dy8noWccMdwTiWNY27av-81" style="endArrow=doubleBlock;html=1;rounded=0;entryX=1;entryY=0.5;entryDx=0;entryDy=0;exitX=0;exitY=0.5;exitDx=0;exitDy=0;endFill=1;" target="Dy8noWccMdwTiWNY27av-82" value="">
+           <mxGeometry height="50" relative="1" width="50" as="geometry">
+             <Array as="points" />
            <mxPoint x="1100" y="570" as="sourcePoint" />
            <mxPoint x="1150" y="520" as="targetPoint" />
          </mxGeometry>
        </mxCell>
        <mxCell id="Dy8noWccMdwTiWNY27av-138" edge="1" parent="1" source="Dy8noWccMdwTiWNY27av-81" style="endArrow=doubleBlock;html=1;rounded=0;entryX=0.5;entryY=1;entryDx=0;entryDy=0;exitX=0.5;exitY=0;exitDx=0;exitDy=0;endFill=1;" target="Dy8noWccMdwTiWNY27av-80" value="">
          <mxGeometry height="50" relative="1" width="50" as="geometry">
            <mxPoint x="959" y="465" as="sourcePoint" />
            <mxPoint x="1009" y="415" as="targetPoint" />
          </mxGeometry>
        </mxCell>
        <mxCell id="Dy8noWccMdwTiWNY27av-140" parent="1" style="ellipse;whiteSpace=wrap;html=1;" value="" vertex="1">
          <mxGeometry height="50" width="90" x="509" y="625" as="geometry" />
        </mxCell>
        <mxCell id="Dy8noWccMdwTiWNY27av-141" parent="1" style="ellipse;whiteSpace=wrap;html=1;" value="Ár" vertex="1">
          <mxGeometry height="40" width="80" x="514" y="630" as="geometry" />
        </mxCell>
        <mxCell id="Dy8noWccMdwTiWNY27av-142" parent="1" style="ellipse;whiteSpace=wrap;html=1;" value="Vezetéknév" vertex="1">
          <mxGeometry height="40" width="80" x="50" y="220" as="geometry" />
        </mxCell>
        <mxCell id="Dy8noWccMdwTiWNY27av-143" parent="1" style="ellipse;whiteSpace=wrap;html=1;" value="Keresztnév" vertex="1">
          <mxGeometry height="40" width="80" x="50" y="270" as="geometry" />
        </mxCell>
        <mxCell id="Dy8noWccMdwTiWNY27av-144" edge="1" parent="1" source="Dy8noWccMdwTiWNY27av-28" style="endArrow=none;html=1;rounded=0;entryX=1;entryY=0.5;entryDx=0;entryDy=0;exitX=0;exitY=0.5;exitDx=0;exitDy=0;" target="Dy8noWccMdwTiWNY27av-142" value="">
          <mxGeometry height="50" relative="1" width="50" as="geometry">
            <mxPoint x="60" y="410" as="sourcePoint" />
            <mxPoint x="110" y="360" as="targetPoint" />
          </mxGeometry>
        </mxCell>
        <mxCell id="Dy8noWccMdwTiWNY27av-145" edge="1" parent="1" source="Dy8noWccMdwTiWNY27av-28" style="endArrow=none;html=1;rounded=0;entryX=1;entryY=0.5;entryDx=0;entryDy=0;exitX=0;exitY=0.5;exitDx=0;exitDy=0;" target="Dy8noWccMdwTiWNY27av-143" value="">
          <mxGeometry height="50" relative="1" width="50" as="geometry">
            <mxPoint x="159" y="305" as="sourcePoint" />
            <mxPoint x="140" y="280" as="targetPoint" />
          </mxGeometry>
        </mxCell>
        <mxCell id="Dy8noWccMdwTiWNY27av-146" parent="1" style="ellipse;whiteSpace=wrap;html=1;" value="Igen" vertex="1">
          <mxGeometry height="40" width="80" x="50" y="420" as="geometry" />
        </mxCell>
        <mxCell id="Dy8noWccMdwTiWNY27av-147" parent="1" style="ellipse;whiteSpace=wrap;html=1;" value="Nem" vertex="1">
          <mxGeometry height="40" width="80" x="50" y="470" as="geometry" />
        </mxCell>
        <mxCell id="Dy8noWccMdwTiWNY27av-148" edge="1" parent="1" source="Dy8noWccMdwTiWNY27av-33" style="endArrow=none;html=1;rounded=0;entryX=1;entryY=0.5;entryDx=0;entryDy=0;exitX=0;exitY=0.5;exitDx=0;exitDy=0;" target="Dy8noWccMdwTiWNY27av-146" value="">
          <mxGeometry height="50" relative="1" width="50" as="geometry">
            <mxPoint x="159" y="435" as="sourcePoint" />
            <mxPoint x="140" y="410" as="targetPoint" />
          </mxGeometry>
        </mxCell>
        <mxCell id="Dy8noWccMdwTiWNY27av-149" edge="1" parent="1" source="Dy8noWccMdwTiWNY27av-33" style="endArrow=none;html=1;rounded=0;entryX=1;entryY=0.5;entryDx=0;entryDy=0;exitX=0;exitY=0.5;exitDx=0;exitDy=0;" target="Dy8noWccMdwTiWNY27av-147" value="">
          <mxGeometry height="50" relative="1" width="50" as="geometry">
            <mxPoint x="159" y="515" as="sourcePoint" />
            <mxPoint x="140" y="490" as="targetPoint" />
          </mxGeometry>
        </mxCell>
        <mxCell id="Dy8noWccMdwTiWNY27av-157" parent="1" style="ellipse;whiteSpace=wrap;html=1;" value="" vertex="1">
          <mxGeometry height="50" width="90" x="1190" y="35" as="geometry" />
        </mxCell>
        <mxCell id="Dy8noWccMdwTiWNY27av-158" parent="1" style="ellipse;whiteSpace=wrap;html=1;" value="Módszer" vertex="1">
          <mxGeometry height="40" width="80" x="1195" y="40" as="geometry" />
        </mxCell>
        <mxCell id="Dy8noWccMdwTiWNY27av-160" parent="1" style="ellipse;whiteSpace=wrap;html=1;" value="Nettó" vertex="1">
          <mxGeometry height="40" width="80" x="1020" y="-20" as="geometry" />
        </mxCell>
        <mxCell id="Dy8noWccMdwTiWNY27av-161" parent="1" style="ellipse;whiteSpace=wrap;html=1;" value="Bruttó" vertex="1">
          <mxGeometry height="40" width="80" x="1135" y="-20" as="geometry" />
        </mxCell>
        <mxCell id="Dy8noWccMdwTiWNY27av-162" edge="1" parent="1" source="Dy8noWccMdwTiWNY27av-71" style="endArrow=none;html=1;rounded=0;exitX=0.5;exitY=0;exitDx=0;exitDy=0;entryX=0.5;entryY=1;entryDx=0;entryDy=0;" target="Dy8noWccMdwTiWNY27av-160" value="">
          <mxGeometry height="50" relative="1" width="50" as="geometry">
            <mxPoint x="1030" y="-40" as="sourcePoint" />
            <mxPoint x="1080" y="-90" as="targetPoint" />
          </mxGeometry>
        </mxCell>
        <mxCell id="Dy8noWccMdwTiWNY27av-163" edge="1" parent="1" source="Dy8noWccMdwTiWNY27av-71" style="endArrow=none;html=1;rounded=0;exitX=0.5;exitY=0;exitDx=0;exitDy=0;entryX=0.625;entryY=1;entryDx=0;entryDy=0;entryPerimeter=0;" target="Dy8noWccMdwTiWNY27av-161" value="">
          <mxGeometry height="50" relative="1" width="50" as="geometry">
            <mxPoint x="1230" y="40" as="sourcePoint" />
            <mxPoint x="1190" y="20" as="targetPoint" />
          </mxGeometry>
        </mxCell>
        <mxCell id="Dy8noWccMdwTiWNY27av-168" parent="1" style="ellipse;whiteSpace=wrap;html=1;" value="" vertex="1">
          <mxGeometry height="50" width="90" x="1205" y="415" as="geometry" />
        </mxCell>
        <mxCell id="Dy8noWccMdwTiWNY27av-169" parent="1" style="ellipse;whiteSpace=wrap;html=1;" value="Díj" vertex="1">
          <mxGeometry height="40" width="80" x="1210" y="420" as="geometry" />
        </mxCell>
        <mxCell id="Dy8noWccMdwTiWNY27av-170" parent="1" style="ellipse;whiteSpace=wrap;html=1;" value="Alap&lt;br&gt;helyszín" vertex="1">
          <mxGeometry height="40" width="80" x="1320" y="340" as="geometry" />
        </mxCell>
        <mxCell id="Dy8noWccMdwTiWNY27av-171" parent="1" style="ellipse;whiteSpace=wrap;html=1;" value="Eső&lt;br&gt;Helyszín" vertex="1">
          <mxGeometry height="40" width="80" x="1320" y="390" as="geometry" />
        </mxCell>
        <mxCell id="Dy8noWccMdwTiWNY27av-173" edge="1" parent="1" source="Dy8noWccMdwTiWNY27av-99" style="endArrow=none;html=1;rounded=0;exitX=1;exitY=0.5;exitDx=0;exitDy=0;entryX=0;entryY=0.5;entryDx=0;entryDy=0;" target="Dy8noWccMdwTiWNY27av-170" value="">
          <mxGeometry height="50" relative="1" width="50" as="geometry">
            <mxPoint x="1330" y="350" as="sourcePoint" />
            <mxPoint x="1380" y="300" as="targetPoint" />
          </mxGeometry>
        </mxCell>
        <mxCell id="Dy8noWccMdwTiWNY27av-174" edge="1" parent="1" source="Dy8noWccMdwTiWNY27av-171" style="endArrow=none;html=1;rounded=0;entryX=1;entryY=0.5;entryDx=0;entryDy=0;exitX=0;exitY=0.5;exitDx=0;exitDy=0;" target="Dy8noWccMdwTiWNY27av-99" value="">
          <mxGeometry height="50" relative="1" width="50" as="geometry">
            <mxPoint x="1350" y="520" as="sourcePoint" />
            <mxPoint x="1400" y="470" as="targetPoint" />
          </mxGeometry>
        </mxCell>
        <mxCell id="Dy8noWccMdwTiWNY27av-175" parent="1" style="ellipse;whiteSpace=wrap;html=1;" value="Vendég" vertex="1">
          <mxGeometry height="40" width="80" x="329" y="-20" as="geometry" />
        </mxCell>
        <mxCell id="Dy8noWccMdwTiWNY27av-176" parent="1" style="ellipse;whiteSpace=wrap;html=1;" value="Szervező" vertex="1">
          <mxGeometry height="40" width="80" x="419" y="-20" as="geometry" />
        </mxCell>
        <mxCell id="Dy8noWccMdwTiWNY27av-177" parent="1" style="ellipse;whiteSpace=wrap;html=1;" value="Admin" vertex="1">
          <mxGeometry height="40" width="80" x="509" y="-20" as="geometry" />
        </mxCell>
        <mxCell id="Dy8noWccMdwTiWNY27av-178" edge="1" parent="1" source="Dy8noWccMdwTiWNY27av-12" style="endArrow=none;html=1;rounded=0;exitX=0.5;exitY=0;exitDx=0;exitDy=0;entryX=0.5;entryY=1;entryDx=0;entryDy=0;" target="Dy8noWccMdwTiWNY27av-176" value="">
          <mxGeometry height="50" relative="1" width="50" as="geometry">
            <mxPoint x="670" y="-20" as="sourcePoint" />
            <mxPoint x="720" y="-70" as="targetPoint" />
          </mxGeometry>
        </mxCell>
        <mxCell id="Dy8noWccMdwTiWNY27av-179" edge="1" parent="1" source="Dy8noWccMdwTiWNY27av-12" style="endArrow=none;html=1;rounded=0;exitX=0.5;exitY=0;exitDx=0;exitDy=0;entryX=0.5;entryY=1;entryDx=0;entryDy=0;" target="Dy8noWccMdwTiWNY27av-177" value="">
          <mxGeometry height="50" relative="1" width="50" as="geometry">
            <mxPoint x="620" y="20" as="sourcePoint" />
            <mxPoint x="620" y="-10" as="targetPoint" />
          </mxGeometry>
        </mxCell>
        <mxCell id="Dy8noWccMdwTiWNY27av-180" edge="1" parent="1" source="Dy8noWccMdwTiWNY27av-12" style="endArrow=none;html=1;rounded=0;exitX=0.5;exitY=0;exitDx=0;exitDy=0;entryX=0.5;entryY=1;entryDx=0;entryDy=0;" target="Dy8noWccMdwTiWNY27av-175" value="">
          <mxGeometry height="50" relative="1" width="50" as="geometry">
            <mxPoint x="400" y="-70" as="sourcePoint" />
            <mxPoint x="450" y="-120" as="targetPoint" />
+           </mxGeometry>
+         </mxCell>
+         <mxCell id="QfuZG9GimqGAEHwOlcY--1" parent="1" style="ellipse;whiteSpace=wrap;html=1;" value="Megjelenés" vertex="1">
+           <mxGeometry height="40" width="80" x="1135" y="500" as="geometry" />
+         </mxCell>
+         <mxCell id="QfuZG9GimqGAEHwOlcY--2" parent="1" style="ellipse;whiteSpace=wrap;html=1;" value="Kezdete" vertex="1">
+           <mxGeometry height="40" width="80" x="1135" y="560" as="geometry" />
+         </mxCell>
+         <mxCell id="QfuZG9GimqGAEHwOlcY--3" edge="1" parent="1" source="Dy8noWccMdwTiWNY27av-81" style="endArrow=none;html=1;rounded=0;exitX=1;exitY=0.5;exitDx=0;exitDy=0;entryX=0;entryY=0.5;entryDx=0;entryDy=0;" target="QfuZG9GimqGAEHwOlcY--1" value="">
+           <mxGeometry height="50" relative="1" width="50" as="geometry">
+             <mxPoint x="1250" y="570" as="sourcePoint" />
+             <mxPoint x="1300" y="520" as="targetPoint" />
+           </mxGeometry>
+         </mxCell>
+         <mxCell id="QfuZG9GimqGAEHwOlcY--4" edge="1" parent="1" source="QfuZG9GimqGAEHwOlcY--2" style="endArrow=none;html=1;rounded=0;entryX=1;entryY=0.5;entryDx=0;entryDy=0;exitX=0;exitY=0.5;exitDx=0;exitDy=0;" target="Dy8noWccMdwTiWNY27av-81" value="">
+           <mxGeometry height="50" relative="1" width="50" as="geometry">
+             <mxPoint x="1080" y="630" as="sourcePoint" />
+             <mxPoint x="1130" y="580" as="targetPoint" />
          </mxGeometry>
        </mxCell>
      </root>
    </mxGraphModel>
  </diagram>
</mxfile>
